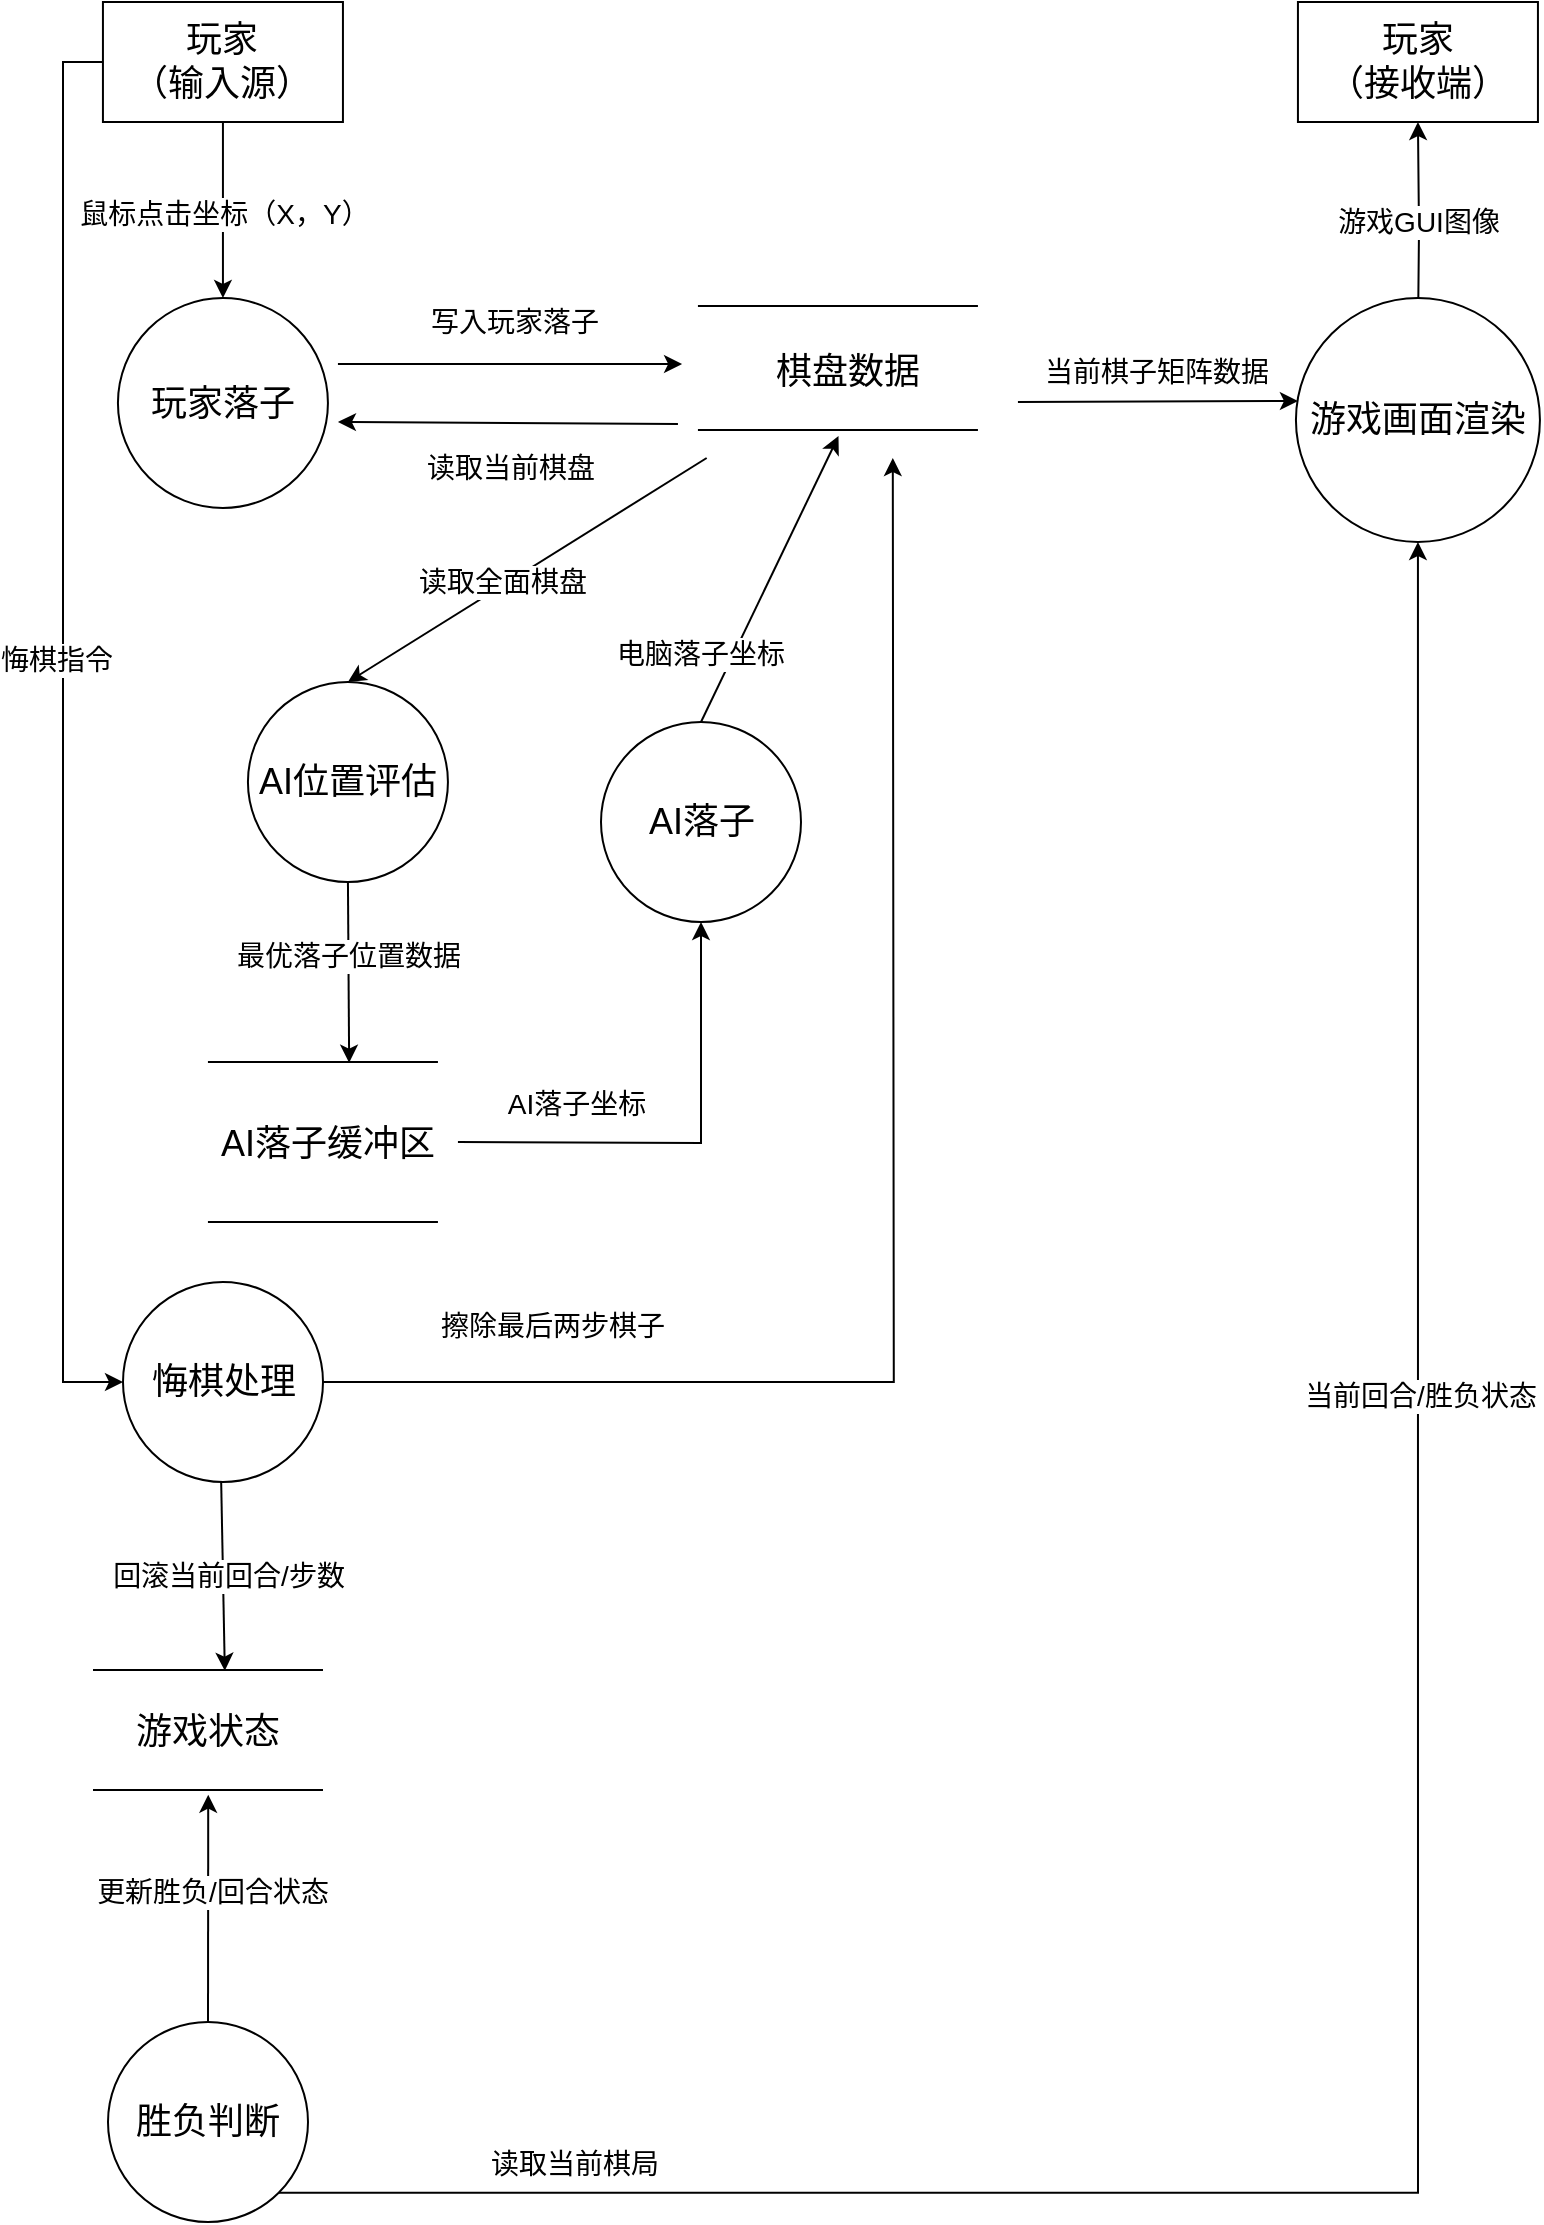
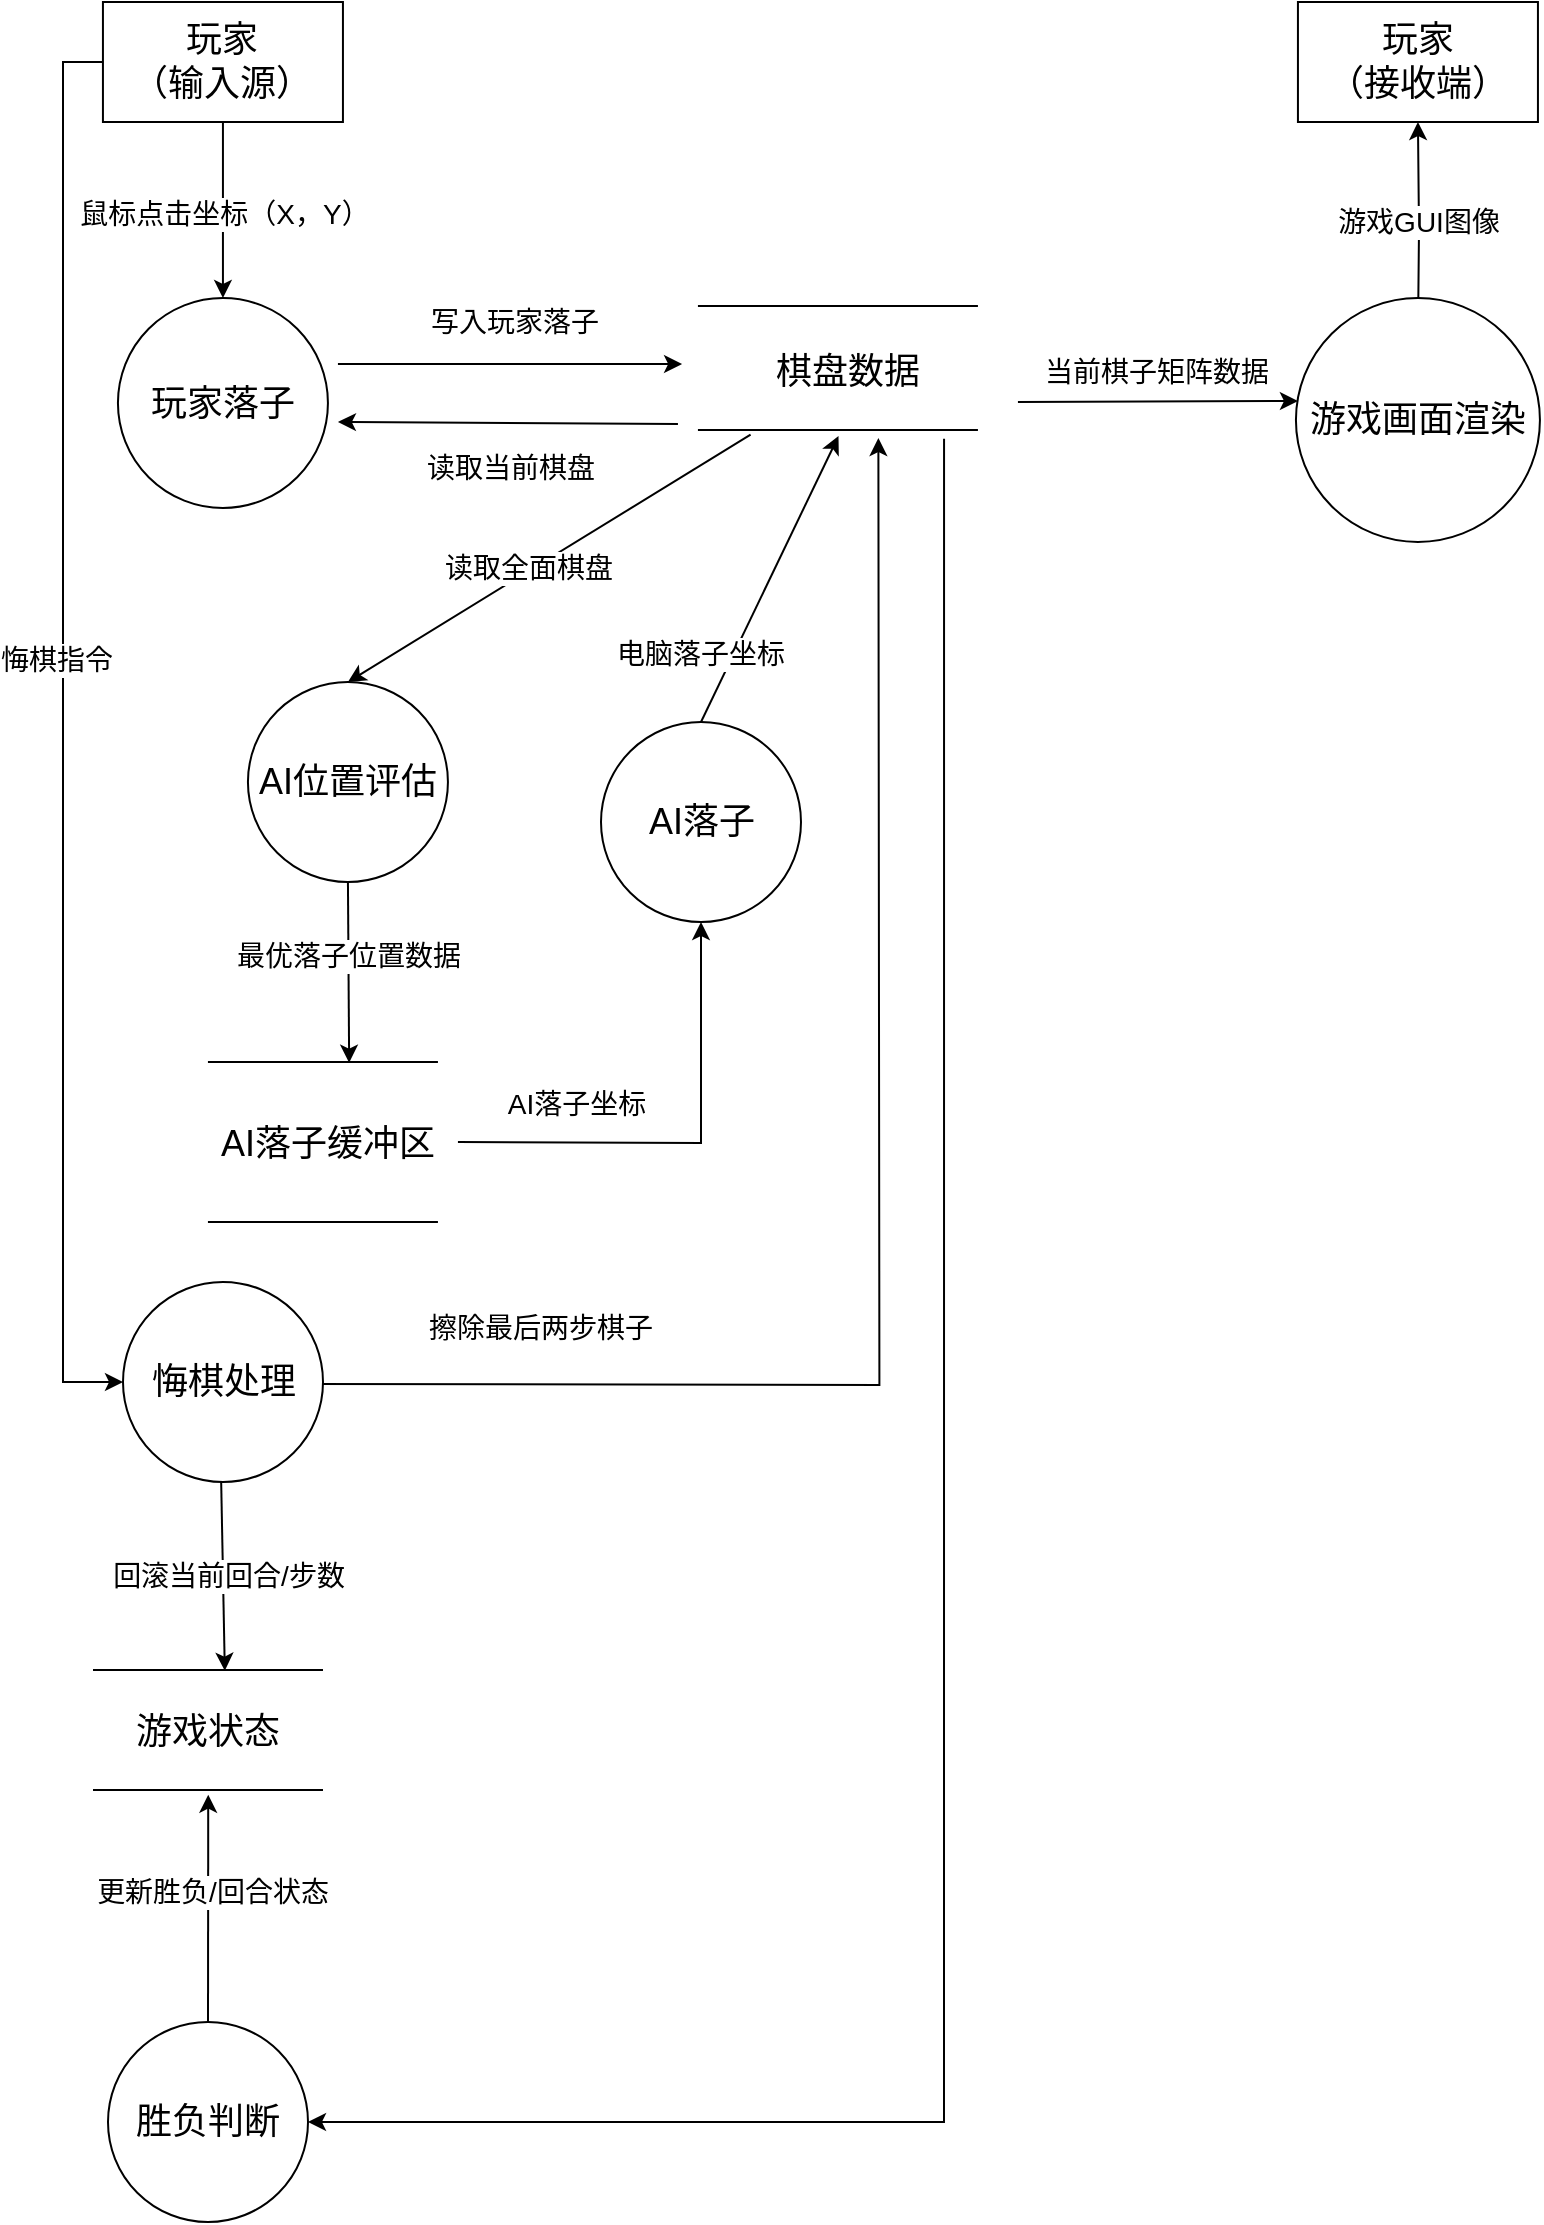
<mxfile host="app.diagrams.net">
  <diagram name="Page-1" id="hryGj0KzSXnJhMcqTr9-">
    <mxGraphModel dx="1201" dy="825" grid="1" gridSize="10" guides="1" tooltips="1" connect="1" arrows="1" fold="1" page="1" pageScale="1" pageWidth="827" pageHeight="1169" math="0" shadow="0">
      <root>
        <mxCell id="0" />
        <mxCell id="1" parent="0" />
        <mxCell id="fDHwApNMCYBN-XmplwMt-11" edge="1" parent="1" source="fDHwApNMCYBN-XmplwMt-3" style="edgeStyle=orthogonalEdgeStyle;rounded=0;orthogonalLoop=1;jettySize=auto;html=1;exitX=0.5;exitY=1;exitDx=0;exitDy=0;entryX=0.5;entryY=0;entryDx=0;entryDy=0;" target="SoA14i47H3jGXmkj97EN-22">
          <mxGeometry relative="1" as="geometry">
            <mxPoint x="93.97" y="200" as="targetPoint" />
          </mxGeometry>
        </mxCell>
        <mxCell id="fDHwApNMCYBN-XmplwMt-12" connectable="0" parent="fDHwApNMCYBN-XmplwMt-11" style="edgeLabel;html=1;align=center;verticalAlign=middle;resizable=0;points=[];" value="&lt;font style=&quot;font-size: 14px;&quot;&gt;鼠标点击坐标（X，Y）&lt;/font&gt;" vertex="1">
          <mxGeometry relative="1" x="0.0364" as="geometry">
            <mxPoint as="offset" />
          </mxGeometry>
        </mxCell>
        <mxCell id="SoA14i47H3jGXmkj97EN-53" edge="1" parent="1" source="fDHwApNMCYBN-XmplwMt-3" style="edgeStyle=orthogonalEdgeStyle;rounded=0;orthogonalLoop=1;jettySize=auto;html=1;exitX=0;exitY=0.5;exitDx=0;exitDy=0;entryX=0;entryY=0.5;entryDx=0;entryDy=0;" target="SoA14i47H3jGXmkj97EN-41">
          <mxGeometry relative="1" as="geometry" />
        </mxCell>
        <mxCell id="SoA14i47H3jGXmkj97EN-54" connectable="0" parent="SoA14i47H3jGXmkj97EN-53" style="edgeLabel;html=1;align=center;verticalAlign=middle;resizable=0;points=[];" value="&lt;font style=&quot;font-size: 14px;&quot;&gt;悔棋指令&lt;/font&gt;" vertex="1">
          <mxGeometry relative="1" x="-0.1018" y="-4" as="geometry">
            <mxPoint as="offset" />
          </mxGeometry>
        </mxCell>
        <mxCell id="fDHwApNMCYBN-XmplwMt-3" parent="1" style="rounded=0;whiteSpace=wrap;html=1;" value="&lt;font style=&quot;font-size: 18px;&quot;&gt;玩家&lt;/font&gt;&lt;div&gt;&lt;font style=&quot;font-size: 18px;&quot;&gt;（输入源）&lt;/font&gt;&lt;/div&gt;" vertex="1">
          <mxGeometry height="60" width="120" x="66.47" y="30" as="geometry" />
        </mxCell>
        <mxCell id="SoA14i47H3jGXmkj97EN-37" edge="1" parent="1" style="edgeStyle=orthogonalEdgeStyle;rounded=0;orthogonalLoop=1;jettySize=auto;html=1;exitX=0.5;exitY=0;exitDx=0;exitDy=0;entryX=0.5;entryY=1;entryDx=0;entryDy=0;" target="fDHwApNMCYBN-XmplwMt-10">
          <mxGeometry relative="1" as="geometry">
            <mxPoint x="723.97" y="198" as="sourcePoint" />
          </mxGeometry>
        </mxCell>
        <mxCell id="SoA14i47H3jGXmkj97EN-38" connectable="0" parent="SoA14i47H3jGXmkj97EN-37" style="edgeLabel;html=1;align=center;verticalAlign=middle;resizable=0;points=[];" value="&lt;font style=&quot;font-size: 14px;&quot;&gt;游戏GUI图像&lt;/font&gt;" vertex="1">
          <mxGeometry relative="1" x="0.0741" as="geometry">
            <mxPoint as="offset" />
          </mxGeometry>
        </mxCell>
        <mxCell id="fDHwApNMCYBN-XmplwMt-10" parent="1" style="rounded=0;whiteSpace=wrap;html=1;" value="&lt;span style=&quot;font-size: 18px;&quot;&gt;玩家&lt;/span&gt;&lt;div&gt;&lt;span style=&quot;font-size: 18px;&quot;&gt;（接收端）&lt;/span&gt;&lt;/div&gt;" vertex="1">
          <mxGeometry height="60" width="120" x="663.97" y="30" as="geometry" />
        </mxCell>
        <mxCell id="SoA14i47H3jGXmkj97EN-10" edge="1" parent="1" style="endArrow=classic;html=1;rounded=0;entryX=0.013;entryY=0.14;entryDx=0;entryDy=0;entryPerimeter=0;" value="">
          <mxGeometry height="50" relative="1" width="50" as="geometry">
            <mxPoint x="183.97" y="211" as="sourcePoint" />
            <mxPoint x="356.037" y="211" as="targetPoint" />
          </mxGeometry>
        </mxCell>
        <mxCell id="SoA14i47H3jGXmkj97EN-11" connectable="0" parent="SoA14i47H3jGXmkj97EN-10" style="edgeLabel;html=1;align=center;verticalAlign=middle;resizable=0;points=[];" value="&lt;font style=&quot;font-size: 14px;&quot;&gt;写入玩家落子&lt;/font&gt;" vertex="1">
          <mxGeometry relative="1" x="0.0202" y="1" as="geometry">
            <mxPoint y="-20" as="offset" />
          </mxGeometry>
        </mxCell>
        <mxCell id="SoA14i47H3jGXmkj97EN-12" edge="1" parent="1" style="endArrow=classic;html=1;rounded=0;exitX=0.925;exitY=0;exitDx=0;exitDy=0;exitPerimeter=0;" value="">
          <mxGeometry height="50" relative="1" width="50" as="geometry">
            <mxPoint x="353.96999999999997" y="241" as="sourcePoint" />
            <mxPoint x="183.97" y="240" as="targetPoint" />
          </mxGeometry>
        </mxCell>
        <mxCell id="SoA14i47H3jGXmkj97EN-13" connectable="0" parent="SoA14i47H3jGXmkj97EN-12" style="edgeLabel;html=1;align=center;verticalAlign=middle;resizable=0;points=[];" value="&lt;font style=&quot;font-size: 14px;&quot;&gt;读取当前棋盘&lt;/font&gt;&lt;div&gt;&lt;font style=&quot;font-size: 14px;&quot;&gt;&lt;br&gt;&lt;/font&gt;&lt;/div&gt;" vertex="1">
          <mxGeometry relative="1" x="0.0202" y="1" as="geometry">
            <mxPoint x="2" y="29" as="offset" />
          </mxGeometry>
        </mxCell>
-         <mxCell id="SoA14i47H3jGXmkj97EN-14" edge="1" parent="1" style="endArrow=classic;html=1;rounded=0;exitX=0.355;exitY=0.958;exitDx=0;exitDy=0;exitPerimeter=0;entryX=0.5;entryY=0;entryDx=0;entryDy=0;" target="SoA14i47H3jGXmkj97EN-23" value="">
+         <mxCell id="SoA14i47H3jGXmkj97EN-14" edge="1" parent="1" source="SoA14i47H3jGXmkj97EN-28" style="endArrow=classic;html=1;rounded=0;exitX=0.188;exitY=0.792;exitDx=0;exitDy=0;exitPerimeter=0;entryX=0.5;entryY=0;entryDx=0;entryDy=0;" target="SoA14i47H3jGXmkj97EN-23" value="">
          <mxGeometry height="50" relative="1" width="50" as="geometry">
            <mxPoint x="368.3400000000001" y="258.00399999999996" as="sourcePoint" />
            <mxPoint x="178.5" y="370" as="targetPoint" />
          </mxGeometry>
        </mxCell>
        <mxCell id="SoA14i47H3jGXmkj97EN-15" connectable="0" parent="SoA14i47H3jGXmkj97EN-14" style="edgeLabel;html=1;align=center;verticalAlign=middle;resizable=0;points=[];" value="&lt;font style=&quot;font-size: 14px;&quot;&gt;读取全面棋盘&lt;/font&gt;" vertex="1">
          <mxGeometry relative="1" x="-0.1782" as="geometry">
            <mxPoint x="-29" y="16" as="offset" />
          </mxGeometry>
        </mxCell>
        <mxCell id="SoA14i47H3jGXmkj97EN-16" edge="1" parent="1" style="endArrow=classic;html=1;rounded=0;entryX=0.013;entryY=0.14;entryDx=0;entryDy=0;entryPerimeter=0;" value="">
          <mxGeometry height="50" relative="1" width="50" as="geometry">
            <mxPoint x="523.97" y="230" as="sourcePoint" />
            <mxPoint x="663.9670000000001" y="229.5" as="targetPoint" />
          </mxGeometry>
        </mxCell>
        <mxCell id="SoA14i47H3jGXmkj97EN-17" connectable="0" parent="SoA14i47H3jGXmkj97EN-16" style="edgeLabel;html=1;align=center;verticalAlign=middle;resizable=0;points=[];" value="&lt;span style=&quot;font-size: 14px;&quot;&gt;当前棋子矩阵数据&lt;/span&gt;" vertex="1">
          <mxGeometry relative="1" x="0.0202" y="1" as="geometry">
            <mxPoint x="-3" y="-14" as="offset" />
          </mxGeometry>
        </mxCell>
        <mxCell id="SoA14i47H3jGXmkj97EN-22" parent="1" style="ellipse;whiteSpace=wrap;html=1;aspect=fixed;" value="&lt;font style=&quot;font-size: 18px;&quot;&gt;玩家落子&lt;/font&gt;" vertex="1">
          <mxGeometry height="105" width="105" x="73.97" y="178" as="geometry" />
        </mxCell>
        <mxCell id="SoA14i47H3jGXmkj97EN-23" parent="1" style="ellipse;whiteSpace=wrap;html=1;aspect=fixed;" value="&lt;font style=&quot;font-size: 18px;&quot;&gt;AI位置评估&lt;/font&gt;" vertex="1">
          <mxGeometry height="100" width="100" x="138.97" y="370" as="geometry" />
        </mxCell>
        <mxCell id="SoA14i47H3jGXmkj97EN-24" parent="1" style="ellipse;whiteSpace=wrap;html=1;aspect=fixed;" value="&lt;font style=&quot;font-size: 18px;&quot;&gt;AI落子&lt;/font&gt;" vertex="1">
          <mxGeometry height="100" width="100" x="315.5" y="390" as="geometry" />
        </mxCell>
-         <mxCell id="SoA14i47H3jGXmkj97EN-39" edge="1" parent="1" source="SoA14i47H3jGXmkj97EN-25" style="edgeStyle=orthogonalEdgeStyle;rounded=0;orthogonalLoop=1;jettySize=auto;html=1;exitX=1;exitY=1;exitDx=0;exitDy=0;entryX=0.5;entryY=1;entryDx=0;entryDy=0;" target="SoA14i47H3jGXmkj97EN-64">
-           <mxGeometry relative="1" as="geometry">
-             <mxPoint x="723.97" y="260" as="targetPoint" />
-           </mxGeometry>
-         </mxCell>
-         <mxCell id="SoA14i47H3jGXmkj97EN-40" connectable="0" parent="SoA14i47H3jGXmkj97EN-39" style="edgeLabel;html=1;align=center;verticalAlign=middle;resizable=0;points=[];" value="&lt;font style=&quot;font-size: 14px;&quot;&gt;当前回合/胜负状态&lt;/font&gt;" vertex="1">
-           <mxGeometry relative="1" x="0.2828" y="-1" as="geometry">
-             <mxPoint y="-73" as="offset" />
-           </mxGeometry>
-         </mxCell>
-         <mxCell id="SoA14i47H3jGXmkj97EN-52" connectable="0" parent="SoA14i47H3jGXmkj97EN-39" style="edgeLabel;html=1;align=center;verticalAlign=middle;resizable=0;points=[];" value="&lt;font style=&quot;font-size: 14px;&quot;&gt;读取当前棋局&lt;/font&gt;" vertex="1">
-           <mxGeometry relative="1" x="-0.7892" y="-2" as="geometry">
-             <mxPoint y="-17" as="offset" />
-           </mxGeometry>
-         </mxCell>
        <mxCell id="SoA14i47H3jGXmkj97EN-60" edge="1" parent="1" source="SoA14i47H3jGXmkj97EN-25" style="rounded=0;orthogonalLoop=1;jettySize=auto;html=1;exitX=0.5;exitY=0;exitDx=0;exitDy=0;entryX=0.501;entryY=0.792;entryDx=0;entryDy=0;entryPerimeter=0;" target="SoA14i47H3jGXmkj97EN-50">
          <mxGeometry relative="1" as="geometry">
            <mxPoint x="501.5" y="930" as="targetPoint" />
          </mxGeometry>
        </mxCell>
        <mxCell id="SoA14i47H3jGXmkj97EN-61" connectable="0" parent="SoA14i47H3jGXmkj97EN-60" style="edgeLabel;html=1;align=center;verticalAlign=middle;resizable=0;points=[];" value="&lt;font style=&quot;font-size: 14px;&quot;&gt;更新胜负/回合状态&lt;/font&gt;" vertex="1">
          <mxGeometry relative="1" x="-0.1486" y="-2" as="geometry">
            <mxPoint y="-17" as="offset" />
          </mxGeometry>
        </mxCell>
        <mxCell id="SoA14i47H3jGXmkj97EN-25" parent="1" style="ellipse;whiteSpace=wrap;html=1;aspect=fixed;" value="&lt;font style=&quot;font-size: 18px;&quot;&gt;胜负判断&lt;/font&gt;" vertex="1">
          <mxGeometry height="100" width="100" x="68.99999999999994" y="1040" as="geometry" />
        </mxCell>
        <mxCell id="SoA14i47H3jGXmkj97EN-27" parent="1" style="line;strokeWidth=1;fillColor=none;align=left;verticalAlign=middle;spacingTop=-1;spacingLeft=3;spacingRight=3;rotatable=0;labelPosition=right;points=[];portConstraint=eastwest;strokeColor=inherit;" value="" vertex="1">
          <mxGeometry height="8" width="140" x="363.96999999999997" y="178" as="geometry" />
        </mxCell>
        <mxCell id="SoA14i47H3jGXmkj97EN-28" parent="1" style="line;strokeWidth=1;fillColor=none;align=left;verticalAlign=middle;spacingTop=-1;spacingLeft=3;spacingRight=3;rotatable=0;labelPosition=right;points=[];portConstraint=eastwest;strokeColor=inherit;" value="" vertex="1">
          <mxGeometry height="8" width="140" x="363.96999999999997" y="240" as="geometry" />
        </mxCell>
        <mxCell id="SoA14i47H3jGXmkj97EN-29" parent="1" style="text;html=1;whiteSpace=wrap;strokeColor=none;fillColor=none;align=center;verticalAlign=middle;rounded=0;" value="&lt;font style=&quot;font-size: 18px;&quot;&gt;棋盘数据&lt;/font&gt;" vertex="1">
          <mxGeometry height="30" width="110" x="383.96999999999997" y="200" as="geometry" />
        </mxCell>
        <mxCell id="SoA14i47H3jGXmkj97EN-33" edge="1" parent="1" style="rounded=0;orthogonalLoop=1;jettySize=auto;html=1;entryX=0.5;entryY=1;entryDx=0;entryDy=0;edgeStyle=orthogonalEdgeStyle;" target="SoA14i47H3jGXmkj97EN-24">
          <mxGeometry relative="1" as="geometry">
            <mxPoint x="243.97" y="600" as="sourcePoint" />
          </mxGeometry>
        </mxCell>
        <mxCell id="SoA14i47H3jGXmkj97EN-34" connectable="0" parent="SoA14i47H3jGXmkj97EN-33" style="edgeLabel;html=1;align=center;verticalAlign=middle;resizable=0;points=[];" value="&lt;font style=&quot;font-size: 14px;&quot;&gt;AI落子坐标&lt;/font&gt;" vertex="1">
          <mxGeometry relative="1" x="0.0204" y="5" as="geometry">
            <mxPoint x="-60" y="-15" as="offset" />
          </mxGeometry>
        </mxCell>
        <mxCell id="SoA14i47H3jGXmkj97EN-31" edge="1" parent="1" source="SoA14i47H3jGXmkj97EN-23" style="endArrow=classic;html=1;rounded=0;entryX=0.614;entryY=0.542;entryDx=0;entryDy=0;exitX=0.5;exitY=1;exitDx=0;exitDy=0;entryPerimeter=0;" target="SoA14i47H3jGXmkj97EN-42" value="">
          <mxGeometry height="50" relative="1" width="50" as="geometry">
            <mxPoint x="451.90299999999996" y="310" as="sourcePoint" />
            <mxPoint x="88.97" y="550" as="targetPoint" />
          </mxGeometry>
        </mxCell>
        <mxCell id="SoA14i47H3jGXmkj97EN-32" connectable="0" parent="SoA14i47H3jGXmkj97EN-31" style="edgeLabel;html=1;align=center;verticalAlign=middle;resizable=0;points=[];" value="&lt;span style=&quot;font-size: 14px;&quot;&gt;最优落子位置数据&lt;/span&gt;" vertex="1">
          <mxGeometry relative="1" x="-0.1782" as="geometry">
            <mxPoint as="offset" />
          </mxGeometry>
        </mxCell>
        <mxCell id="SoA14i47H3jGXmkj97EN-35" edge="1" parent="1" source="SoA14i47H3jGXmkj97EN-24" style="rounded=0;orthogonalLoop=1;jettySize=auto;html=1;exitX=0.5;exitY=0;exitDx=0;exitDy=0;entryX=0.502;entryY=0.875;entryDx=0;entryDy=0;entryPerimeter=0;" target="SoA14i47H3jGXmkj97EN-28">
          <mxGeometry relative="1" as="geometry" />
        </mxCell>
        <mxCell id="SoA14i47H3jGXmkj97EN-36" connectable="0" parent="SoA14i47H3jGXmkj97EN-35" style="edgeLabel;html=1;align=center;verticalAlign=middle;resizable=0;points=[];" value="&lt;span style=&quot;font-size: 14px;&quot;&gt;电脑落子坐标&lt;/span&gt;" vertex="1">
          <mxGeometry relative="1" x="-0.0044" y="1" as="geometry">
            <mxPoint x="-34" y="37" as="offset" />
          </mxGeometry>
        </mxCell>
-         <mxCell id="SoA14i47H3jGXmkj97EN-55" edge="1" parent="1" source="SoA14i47H3jGXmkj97EN-41" style="edgeStyle=orthogonalEdgeStyle;rounded=0;orthogonalLoop=1;jettySize=auto;html=1;exitX=1;exitY=0.5;exitDx=0;exitDy=0;">
-           <mxGeometry relative="1" as="geometry">
-             <mxPoint x="211.5" y="748" as="sourcePoint" />
-             <mxPoint x="461.4" y="258" as="targetPoint" />
+         <mxCell id="SoA14i47H3jGXmkj97EN-55" edge="1" parent="1" style="edgeStyle=orthogonalEdgeStyle;rounded=0;orthogonalLoop=1;jettySize=auto;html=1;exitX=1;exitY=0.5;exitDx=0;exitDy=0;entryX=0.698;entryY=0.875;entryDx=0;entryDy=0;entryPerimeter=0;">
+           <mxGeometry relative="1" as="geometry">
+             <mxPoint x="169" y="721" as="sourcePoint" />
+             <mxPoint x="454.19000000000005" y="248" as="targetPoint" />
          </mxGeometry>
        </mxCell>
        <mxCell id="SoA14i47H3jGXmkj97EN-57" connectable="0" parent="SoA14i47H3jGXmkj97EN-55" style="edgeLabel;html=1;align=center;verticalAlign=middle;resizable=0;points=[];" value="&lt;font style=&quot;font-size: 14px;&quot;&gt;擦除最后两步棋子&lt;/font&gt;" vertex="1">
          <mxGeometry relative="1" x="-0.6914" y="3" as="geometry">
            <mxPoint x="-1" y="-25" as="offset" />
          </mxGeometry>
        </mxCell>
        <mxCell id="SoA14i47H3jGXmkj97EN-58" edge="1" parent="1" style="rounded=0;orthogonalLoop=1;jettySize=auto;html=1;exitX=0.5;exitY=1;exitDx=0;exitDy=0;entryX=0.581;entryY=0.542;entryDx=0;entryDy=0;entryPerimeter=0;">
          <mxGeometry relative="1" as="geometry">
            <mxPoint x="125.59" y="770" as="sourcePoint" />
            <mxPoint x="127.40500000000006" y="864.336" as="targetPoint" />
          </mxGeometry>
        </mxCell>
        <mxCell id="SoA14i47H3jGXmkj97EN-59" connectable="0" parent="SoA14i47H3jGXmkj97EN-58" style="edgeLabel;html=1;align=center;verticalAlign=middle;resizable=0;points=[];" value="&lt;font style=&quot;font-size: 14px;&quot;&gt;回滚当前回合/步数&lt;/font&gt;" vertex="1">
          <mxGeometry relative="1" x="0.2601" y="2" as="geometry">
            <mxPoint y="-13" as="offset" />
          </mxGeometry>
        </mxCell>
        <mxCell id="SoA14i47H3jGXmkj97EN-41" parent="1" style="ellipse;whiteSpace=wrap;html=1;aspect=fixed;" value="&lt;font style=&quot;font-size: 18px;&quot;&gt;悔棋处理&lt;/font&gt;" vertex="1">
          <mxGeometry height="100" width="100" x="76.5" y="670" as="geometry" />
        </mxCell>
        <mxCell id="SoA14i47H3jGXmkj97EN-42" parent="1" style="line;strokeWidth=1;fillColor=none;align=left;verticalAlign=middle;spacingTop=-1;spacingLeft=3;spacingRight=3;rotatable=0;labelPosition=right;points=[];portConstraint=eastwest;strokeColor=inherit;" value="" vertex="1">
          <mxGeometry height="8" width="115" x="118.97" y="556" as="geometry" />
        </mxCell>
        <mxCell id="SoA14i47H3jGXmkj97EN-43" parent="1" style="line;strokeWidth=1;fillColor=none;align=left;verticalAlign=middle;spacingTop=-1;spacingLeft=3;spacingRight=3;rotatable=0;labelPosition=right;points=[];portConstraint=eastwest;strokeColor=inherit;" value="" vertex="1">
          <mxGeometry height="8" width="115" x="118.97" y="636" as="geometry" />
        </mxCell>
        <mxCell id="SoA14i47H3jGXmkj97EN-44" parent="1" style="text;html=1;whiteSpace=wrap;strokeColor=none;fillColor=none;align=center;verticalAlign=middle;rounded=0;" value="&lt;span style=&quot;font-size: 18px;&quot;&gt;AI落子缓冲区&lt;/span&gt;" vertex="1">
          <mxGeometry height="30" width="110" x="123.97" y="586" as="geometry" />
        </mxCell>
        <mxCell id="SoA14i47H3jGXmkj97EN-49" parent="1" style="line;strokeWidth=1;fillColor=none;align=left;verticalAlign=middle;spacingTop=-1;spacingLeft=3;spacingRight=3;rotatable=0;labelPosition=right;points=[];portConstraint=eastwest;strokeColor=inherit;" value="" vertex="1">
          <mxGeometry height="8" width="115" x="61.5" y="860" as="geometry" />
        </mxCell>
        <mxCell id="SoA14i47H3jGXmkj97EN-50" parent="1" style="line;strokeWidth=1;fillColor=none;align=left;verticalAlign=middle;spacingTop=-1;spacingLeft=3;spacingRight=3;rotatable=0;labelPosition=right;points=[];portConstraint=eastwest;strokeColor=inherit;" value="" vertex="1">
          <mxGeometry height="8" width="115" x="61.5" y="920" as="geometry" />
        </mxCell>
        <mxCell id="SoA14i47H3jGXmkj97EN-51" parent="1" style="text;html=1;whiteSpace=wrap;strokeColor=none;fillColor=none;align=center;verticalAlign=middle;rounded=0;" value="&lt;span style=&quot;font-size: 18px;&quot;&gt;游戏状态&lt;/span&gt;" vertex="1">
          <mxGeometry height="30" width="110" x="64" y="880" as="geometry" />
        </mxCell>
        <mxCell id="SoA14i47H3jGXmkj97EN-64" parent="1" style="ellipse;whiteSpace=wrap;html=1;aspect=fixed;" value="&lt;font style=&quot;font-size: 18px;&quot;&gt;游戏画面渲染&lt;/font&gt;" vertex="1">
          <mxGeometry height="122" width="122" x="662.97" y="178" as="geometry" />
+         </mxCell>
+         <mxCell id="SoA14i47H3jGXmkj97EN-65" edge="1" parent="1" source="SoA14i47H3jGXmkj97EN-28" style="endArrow=classic;html=1;rounded=0;exitX=0.879;exitY=1.042;exitDx=0;exitDy=0;exitPerimeter=0;entryX=1;entryY=0.5;entryDx=0;entryDy=0;edgeStyle=orthogonalEdgeStyle;" target="SoA14i47H3jGXmkj97EN-25" value="">
+           <mxGeometry height="50" relative="1" width="50" as="geometry">
+             <mxPoint x="610" y="490" as="sourcePoint" />
+             <mxPoint x="560" y="540" as="targetPoint" />
+           </mxGeometry>
        </mxCell>
      </root>
    </mxGraphModel>
  </diagram>
</mxfile>
